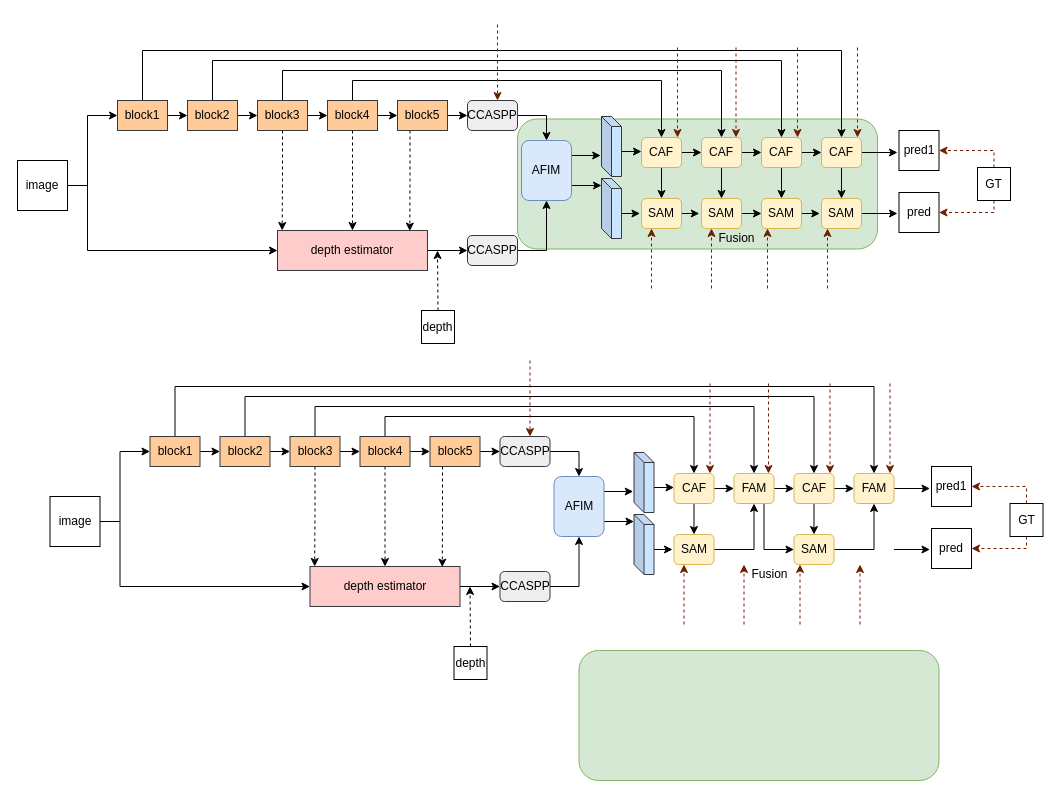
Earlier version of the draw.io diagram uta.drawio (Hymhh/hymhh). Source tidied: cells renumbered, new cells numbered last; positions are measured from the earlier drawing's top-left corner, leaving out a move shared by most shapes. Both pictures are drawn from the tidied source at 100%, with x=0, y=0 at pixel (17, 24).
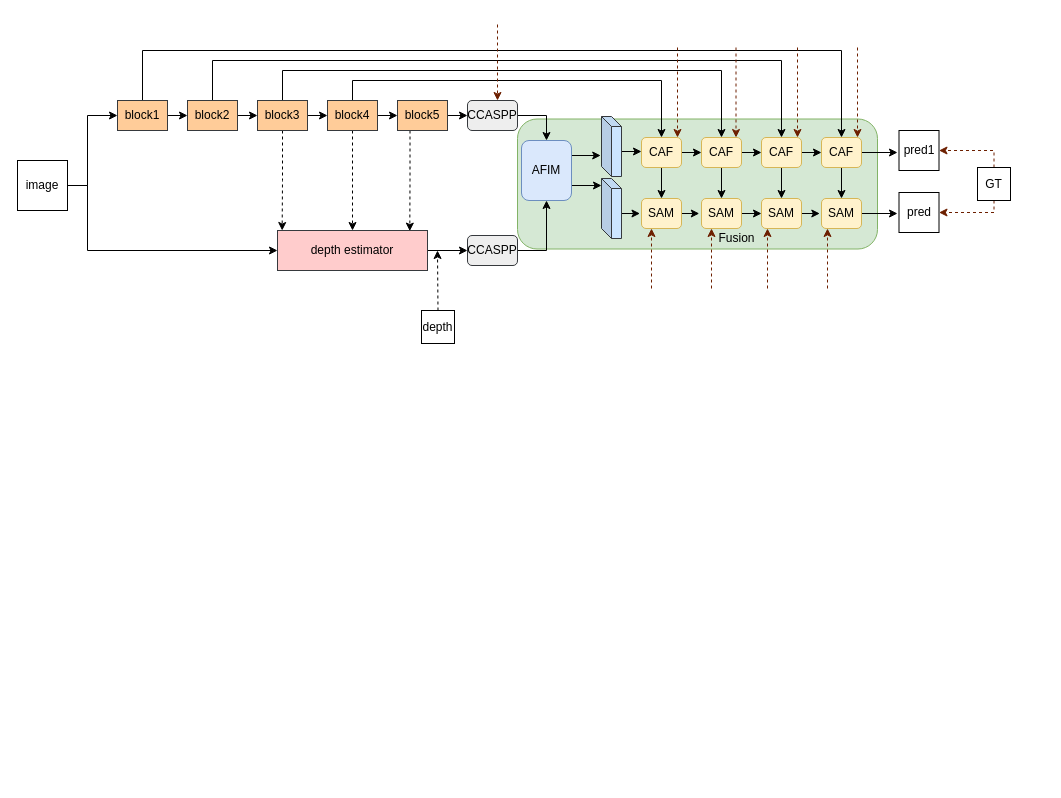
The same diagram, later.

What changed in the source:
```diff
@@
-    <mxCell id="73" style="rounded=1;whiteSpace=wrap;html=1;fillColor=#d5e8d4;strokeColor=#82b366;" parent="1" vertex="1">
-      <mxGeometry x="561.5" y="626" width="360" height="130" as="geometry" />
-    </mxCell>
-    <mxCell id="74" style="edgeStyle=orthogonalEdgeStyle;rounded=0;jettySize=auto;html=1;exitX=1;exitY=0.5;exitDx=0;exitDy=0;entryX=0;entryY=0.5;entryDx=0;entryDy=0;" parent="1" edge="1" source="76" target="96">
-      <mxGeometry relative="1" as="geometry">
-        <Array as="points">
-          <mxPoint x="102.5" y="497" />
-          <mxPoint x="102.5" y="562" />
-        </Array>
-      </mxGeometry>
-    </mxCell>
-    <mxCell id="75" style="edgeStyle=orthogonalEdgeStyle;rounded=0;jettySize=auto;html=1;exitX=1;exitY=0.5;exitDx=0;exitDy=0;entryX=0;entryY=0.5;entryDx=0;entryDy=0;" parent="1" edge="1" source="76" target="79">
-      <mxGeometry relative="1" as="geometry">
-        <Array as="points">
-          <mxPoint x="102.5" y="497" />
-          <mxPoint x="102.5" y="427" />
-        </Array>
-      </mxGeometry>
-    </mxCell>
-    <mxCell id="76" value="image" style="whiteSpace=wrap;html=1;" parent="1" vertex="1">
-      <mxGeometry x="32.5" y="472" width="50" height="50" as="geometry" />
-    </mxCell>
-    <mxCell id="77" style="edgeStyle=orthogonalEdgeStyle;rounded=0;jettySize=auto;html=1;exitX=1;exitY=0.5;exitDx=0;exitDy=0;entryX=0;entryY=0.5;entryDx=0;entryDy=0;" parent="1" edge="1" source="79" target="82">
-      <mxGeometry relative="1" as="geometry" />
-    </mxCell>
-    <mxCell id="78" style="edgeStyle=orthogonalEdgeStyle;rounded=0;jettySize=auto;html=1;exitX=0.5;exitY=0;exitDx=0;exitDy=0;entryX=0.5;entryY=0;entryDx=0;entryDy=0;" parent="1" edge="1" source="79" target="114">
-      <mxGeometry relative="1" as="geometry">
-        <Array as="points">
-          <mxPoint x="157.5" y="362" />
-          <mxPoint x="856.5" y="362" />
-        </Array>
-      </mxGeometry>
-    </mxCell>
-    <mxCell id="79" value="block1" style="rounded=0;whiteSpace=wrap;html=1;fillColor=#ffcc99;strokeColor=#36393d;" parent="1" vertex="1">
-      <mxGeometry x="132.5" y="412" width="50" height="30" as="geometry" />
-    </mxCell>
-    <mxCell id="80" style="edgeStyle=orthogonalEdgeStyle;rounded=0;jettySize=auto;html=1;exitX=1;exitY=0.5;exitDx=0;exitDy=0;entryX=0;entryY=0.5;entryDx=0;entryDy=0;" parent="1" edge="1" source="82" target="90">
-      <mxGeometry relative="1" as="geometry" />
-    </mxCell>
-    <mxCell id="81" style="edgeStyle=orthogonalEdgeStyle;rounded=0;jettySize=auto;html=1;exitX=0.5;exitY=0;exitDx=0;exitDy=0;entryX=0.5;entryY=0;entryDx=0;entryDy=0;" parent="1" edge="1" source="82" target="112">
-      <mxGeometry relative="1" as="geometry">
-        <Array as="points">
-          <mxPoint x="227.5" y="372" />
-          <mxPoint x="796.5" y="372" />
-        </Array>
-      </mxGeometry>
-    </mxCell>
-    <mxCell id="82" value="&lt;font face=&quot;helvetica&quot;&gt;block2&lt;/font&gt;" style="rounded=0;whiteSpace=wrap;html=1;fillColor=#ffcc99;strokeColor=#36393d;" parent="1" vertex="1">
-      <mxGeometry x="202.5" y="412" width="50" height="30" as="geometry" />
-    </mxCell>
-    <mxCell id="83" style="edgeStyle=orthogonalEdgeStyle;rounded=0;jettySize=auto;html=1;exitX=1;exitY=0.5;exitDx=0;exitDy=0;entryX=0;entryY=0.5;entryDx=0;entryDy=0;" parent="1" edge="1" source="86" target="94">
-      <mxGeometry relative="1" as="geometry" />
-    </mxCell>
-    <mxCell id="84" style="edgeStyle=orthogonalEdgeStyle;rounded=0;jettySize=auto;html=1;exitX=0.5;exitY=1;exitDx=0;exitDy=0;entryX=0.5;entryY=0;entryDx=0;entryDy=0;dashed=1;" parent="1" edge="1" source="86" target="96">
-      <mxGeometry relative="1" as="geometry" />
-    </mxCell>
-    <mxCell id="85" style="edgeStyle=orthogonalEdgeStyle;rounded=0;jettySize=auto;html=1;exitX=0.5;exitY=0;exitDx=0;exitDy=0;entryX=0.5;entryY=0;entryDx=0;entryDy=0;" parent="1" edge="1" source="86" target="106">
-      <mxGeometry relative="1" as="geometry" />
-    </mxCell>
-    <mxCell id="86" value="block4" style="rounded=0;whiteSpace=wrap;html=1;fillColor=#ffcc99;strokeColor=#36393d;" parent="1" vertex="1">
-      <mxGeometry x="342.5" y="412" width="50" height="30" as="geometry" />
-    </mxCell>
-    <mxCell id="87" style="edgeStyle=orthogonalEdgeStyle;rounded=0;jettySize=auto;html=1;exitX=1;exitY=0.5;exitDx=0;exitDy=0;entryX=0;entryY=0.5;entryDx=0;entryDy=0;" parent="1" edge="1" source="90" target="86">
-      <mxGeometry relative="1" as="geometry" />
-    </mxCell>
-    <mxCell id="88" style="edgeStyle=orthogonalEdgeStyle;rounded=0;jettySize=auto;html=1;exitX=0.5;exitY=1;exitDx=0;exitDy=0;entryX=0.031;entryY=0;entryDx=0;entryDy=0;entryPerimeter=0;dashed=1;" parent="1" edge="1" source="90" target="96">
-      <mxGeometry relative="1" as="geometry" />
-    </mxCell>
-    <mxCell id="89" style="edgeStyle=orthogonalEdgeStyle;rounded=0;jettySize=auto;html=1;exitX=0.5;exitY=0;exitDx=0;exitDy=0;entryX=0.5;entryY=0;entryDx=0;entryDy=0;" parent="1" edge="1" source="90" target="109">
-      <mxGeometry relative="1" as="geometry">
-        <Array as="points">
-          <mxPoint x="297.5" y="382" />
-          <mxPoint x="736.5" y="382" />
-        </Array>
-      </mxGeometry>
-    </mxCell>
-    <mxCell id="90" value="block3" style="rounded=0;whiteSpace=wrap;html=1;fillColor=#ffcc99;strokeColor=#36393d;" parent="1" vertex="1">
-      <mxGeometry x="272.5" y="412" width="50" height="30" as="geometry" />
-    </mxCell>
-    <mxCell id="91" style="edgeStyle=orthogonalEdgeStyle;rounded=0;jettySize=auto;html=1;exitX=0.25;exitY=1;exitDx=0;exitDy=0;entryX=0.882;entryY=0.015;entryDx=0;entryDy=0;entryPerimeter=0;dashed=1;" parent="1" edge="1" source="94" target="96">
-      <mxGeometry relative="1" as="geometry" />
-    </mxCell>
-    <mxCell id="92" style="edgeStyle=orthogonalEdgeStyle;rounded=0;jettySize=auto;html=1;entryX=0.5;entryY=0;entryDx=0;entryDy=0;exitX=1;exitY=0.5;exitDx=0;exitDy=0;" parent="1" edge="1" source="126" target="99">
-      <mxGeometry relative="1" as="geometry" />
-    </mxCell>
-    <mxCell id="93" style="edgeStyle=orthogonalEdgeStyle;rounded=0;jettySize=auto;html=1;exitX=1;exitY=0.5;exitDx=0;exitDy=0;entryX=0;entryY=0.5;entryDx=0;entryDy=0;" parent="1" edge="1" source="94" target="126">
-      <mxGeometry relative="1" as="geometry" />
-    </mxCell>
-    <mxCell id="94" value="block5" style="rounded=0;whiteSpace=wrap;html=1;fillColor=#ffcc99;strokeColor=#36393d;" parent="1" vertex="1">
-      <mxGeometry x="412.5" y="412" width="50" height="30" as="geometry" />
-    </mxCell>
-    <mxCell id="95" style="edgeStyle=orthogonalEdgeStyle;rounded=0;jettySize=auto;html=1;exitX=1;exitY=0.5;exitDx=0;exitDy=0;entryX=0;entryY=0.5;entryDx=0;entryDy=0;" parent="1" edge="1" source="96" target="129">
-      <mxGeometry relative="1" as="geometry" />
-    </mxCell>
-    <mxCell id="96" value="depth estimator" style="rounded=0;whiteSpace=wrap;html=1;fillColor=#ffcccc;strokeColor=#36393d;" parent="1" vertex="1">
-      <mxGeometry x="292.5" y="542" width="150" height="40" as="geometry" />
-    </mxCell>
-    <mxCell id="97" style="edgeStyle=orthogonalEdgeStyle;rounded=0;jettySize=auto;html=1;exitX=1;exitY=0.25;exitDx=0;exitDy=0;entryX=-0.041;entryY=0.634;entryDx=0;entryDy=0;entryPerimeter=0;" parent="1" edge="1" source="99" target="101">
-      <mxGeometry relative="1" as="geometry" />
-    </mxCell>
-    <mxCell id="98" style="edgeStyle=orthogonalEdgeStyle;rounded=0;jettySize=auto;html=1;exitX=1;exitY=0.75;exitDx=0;exitDy=0;entryX=0;entryY=0.118;entryDx=0;entryDy=0;entryPerimeter=0;" parent="1" edge="1" source="99" target="103">
-      <mxGeometry relative="1" as="geometry" />
-    </mxCell>
-    <mxCell id="99" value="AFIM" style="rounded=1;whiteSpace=wrap;html=1;fillColor=#dae8fc;strokeColor=#6c8ebf;" parent="1" vertex="1">
-      <mxGeometry x="536.5" y="452" width="50" height="60" as="geometry" />
-    </mxCell>
-    <mxCell id="100" style="edgeStyle=orthogonalEdgeStyle;rounded=0;jettySize=auto;html=1;exitX=0;exitY=0;exitDx=20;exitDy=35;exitPerimeter=0;" parent="1" edge="1" source="101">
-      <mxGeometry relative="1" as="geometry">
-        <mxPoint x="656.5" y="463.3" as="targetPoint" />
-      </mxGeometry>
-    </mxCell>
-    <mxCell id="101" style="shape=cube;whiteSpace=wrap;html=1;boundedLbl=1;backgroundOutline=1;darkOpacity=0.05;darkOpacity2=0.1;size=10;fillColor=#cce5ff;strokeColor=#36393d;" parent="1" vertex="1">
-      <mxGeometry x="616.5" y="428" width="20" height="60" as="geometry" />
-    </mxCell>
-    <mxCell id="102" style="edgeStyle=orthogonalEdgeStyle;rounded=0;jettySize=auto;html=1;exitX=0;exitY=0;exitDx=20;exitDy=35;exitPerimeter=0;entryX=-0.037;entryY=0.477;entryDx=0;entryDy=0;entryPerimeter=0;" parent="1" edge="1" source="103" target="116">
-      <mxGeometry relative="1" as="geometry" />
-    </mxCell>
-    <mxCell id="103" style="shape=cube;whiteSpace=wrap;html=1;boundedLbl=1;backgroundOutline=1;darkOpacity=0.05;darkOpacity2=0.1;size=10;fillColor=#cce5ff;strokeColor=#36393d;" parent="1" vertex="1">
-      <mxGeometry x="616.5" y="490" width="20" height="60" as="geometry" />
-    </mxCell>
-    <mxCell id="104" style="edgeStyle=orthogonalEdgeStyle;rounded=0;jettySize=auto;html=1;exitX=1;exitY=0.5;exitDx=0;exitDy=0;" parent="1" edge="1" source="106">
-      <mxGeometry relative="1" as="geometry">
-        <mxPoint x="716.5" y="464" as="targetPoint" />
-      </mxGeometry>
-    </mxCell>
-    <mxCell id="105" style="edgeStyle=orthogonalEdgeStyle;rounded=0;jettySize=auto;html=1;exitX=0.5;exitY=1;exitDx=0;exitDy=0;entryX=0.5;entryY=0;entryDx=0;entryDy=0;" parent="1" edge="1" source="106" target="116">
-      <mxGeometry relative="1" as="geometry" />
-    </mxCell>
-    <mxCell id="106" value="CAF" style="rounded=1;whiteSpace=wrap;html=1;fillColor=#fff2cc;strokeColor=#d6b656;" parent="1" vertex="1">
-      <mxGeometry x="656.5" y="449" width="40" height="30" as="geometry" />
-    </mxCell>
-    <mxCell id="107" style="edgeStyle=orthogonalEdgeStyle;rounded=0;jettySize=auto;html=1;exitX=1;exitY=0.5;exitDx=0;exitDy=0;entryX=0;entryY=0.5;entryDx=0;entryDy=0;" parent="1" edge="1" source="109" target="112">
-      <mxGeometry relative="1" as="geometry" />
-    </mxCell>
-    <mxCell id="108" style="edgeStyle=orthogonalEdgeStyle;rounded=0;jettySize=auto;html=1;exitX=0.75;exitY=1;exitDx=0;exitDy=0;entryX=0;entryY=0.5;entryDx=0;entryDy=0;" parent="1" edge="1" source="109" target="119">
-      <mxGeometry relative="1" as="geometry" />
-    </mxCell>
-    <mxCell id="109" value="&lt;span&gt;FAM&lt;/span&gt;" style="rounded=1;whiteSpace=wrap;html=1;fillColor=#fff2cc;strokeColor=#d6b656;" parent="1" vertex="1">
-      <mxGeometry x="716.5" y="449" width="40" height="30" as="geometry" />
-    </mxCell>
-    <mxCell id="110" style="edgeStyle=orthogonalEdgeStyle;rounded=0;jettySize=auto;html=1;exitX=1;exitY=0.5;exitDx=0;exitDy=0;entryX=0;entryY=0.5;entryDx=0;entryDy=0;" parent="1" edge="1" source="112" target="114">
-      <mxGeometry relative="1" as="geometry" />
-    </mxCell>
-    <mxCell id="111" style="edgeStyle=orthogonalEdgeStyle;rounded=0;jettySize=auto;html=1;exitX=0.5;exitY=1;exitDx=0;exitDy=0;entryX=0.5;entryY=0;entryDx=0;entryDy=0;" parent="1" edge="1" source="112" target="119">
-      <mxGeometry relative="1" as="geometry" />
-    </mxCell>
-    <mxCell id="112" value="CAF" style="rounded=1;whiteSpace=wrap;html=1;fillColor=#fff2cc;strokeColor=#d6b656;" parent="1" vertex="1">
-      <mxGeometry x="776.5" y="449" width="40" height="30" as="geometry" />
-    </mxCell>
-    <mxCell id="113" style="edgeStyle=orthogonalEdgeStyle;rounded=0;jettySize=auto;html=1;exitX=1;exitY=0.5;exitDx=0;exitDy=0;" parent="1" edge="1" source="114">
-      <mxGeometry relative="1" as="geometry">
-        <mxPoint x="912.5" y="463.7" as="targetPoint" />
-      </mxGeometry>
-    </mxCell>
-    <mxCell id="114" value="&lt;span&gt;FAM&lt;/span&gt;" style="rounded=1;whiteSpace=wrap;html=1;fillColor=#fff2cc;strokeColor=#d6b656;" parent="1" vertex="1">
-      <mxGeometry x="836.5" y="449" width="40" height="30" as="geometry" />
-    </mxCell>
-    <mxCell id="115" style="edgeStyle=orthogonalEdgeStyle;rounded=0;jettySize=auto;html=1;exitX=1;exitY=0.5;exitDx=0;exitDy=0;entryX=0.5;entryY=1;entryDx=0;entryDy=0;" parent="1" edge="1" source="116" target="109">
-      <mxGeometry relative="1" as="geometry" />
-    </mxCell>
-    <mxCell id="116" value="SAM" style="rounded=1;whiteSpace=wrap;html=1;fillColor=#fff2cc;strokeColor=#d6b656;" parent="1" vertex="1">
-      <mxGeometry x="656.5" y="510" width="40" height="30" as="geometry" />
-    </mxCell>
-    <mxCell id="117" style="edgeStyle=orthogonalEdgeStyle;rounded=0;orthogonalLoop=1;jettySize=auto;html=1;exitX=1;exitY=0.5;exitDx=0;exitDy=0;" parent="1" edge="1">
-      <mxGeometry relative="1" as="geometry">
-        <mxPoint x="876.5" y="525" as="sourcePoint" />
-        <mxPoint x="912.5" y="525" as="targetPoint" />
-      </mxGeometry>
-    </mxCell>
-    <mxCell id="118" style="edgeStyle=orthogonalEdgeStyle;rounded=0;jettySize=auto;html=1;exitX=1;exitY=0.5;exitDx=0;exitDy=0;entryX=0.5;entryY=1;entryDx=0;entryDy=0;" parent="1" edge="1" source="119" target="114">
-      <mxGeometry relative="1" as="geometry" />
-    </mxCell>
-    <mxCell id="119" value="&lt;span&gt;SAM&lt;/span&gt;" style="rounded=1;whiteSpace=wrap;html=1;fillColor=#fff2cc;strokeColor=#d6b656;" parent="1" vertex="1">
-      <mxGeometry x="776.5" y="510" width="40" height="30" as="geometry" />
-    </mxCell>
-    <mxCell id="120" style="edgeStyle=orthogonalEdgeStyle;rounded=0;jettySize=auto;html=1;exitX=0.5;exitY=1;exitDx=0;exitDy=0;entryX=1;entryY=0.5;entryDx=0;entryDy=0;dashed=1;strokeColor=#6D1F00;" parent="1" edge="1" source="122" target="125">
-      <mxGeometry relative="1" as="geometry">
-        <Array as="points">
-          <mxPoint x="1009.5" y="524" />
-        </Array>
-      </mxGeometry>
-    </mxCell>
-    <mxCell id="121" style="edgeStyle=orthogonalEdgeStyle;rounded=0;jettySize=auto;html=1;exitX=0.5;exitY=0;exitDx=0;exitDy=0;dashed=1;strokeColor=#6D1F00;" parent="1" edge="1" source="122" target="127">
-      <mxGeometry relative="1" as="geometry">
-        <Array as="points">
-          <mxPoint x="1009.5" y="462" />
-        </Array>
-      </mxGeometry>
-    </mxCell>
-    <mxCell id="122" value="GT" style="whiteSpace=wrap;html=1;" parent="1" vertex="1">
-      <mxGeometry x="992.5" y="479" width="33" height="33" as="geometry" />
-    </mxCell>
-    <mxCell id="123" style="edgeStyle=orthogonalEdgeStyle;rounded=0;jettySize=auto;html=1;exitX=0.5;exitY=0;exitDx=0;exitDy=0;dashed=1;" parent="1" edge="1" source="124">
-      <mxGeometry relative="1" as="geometry">
-        <mxPoint x="452.5" y="562" as="targetPoint" />
-      </mxGeometry>
-    </mxCell>
-    <mxCell id="124" value="depth" style="whiteSpace=wrap;html=1;" parent="1" vertex="1">
-      <mxGeometry x="436.5" y="622" width="33" height="33" as="geometry" />
-    </mxCell>
-    <mxCell id="125" value="pred" style="whiteSpace=wrap;html=1;" parent="1" vertex="1">
-      <mxGeometry x="914" y="504" width="40" height="40" as="geometry" />
-    </mxCell>
-    <mxCell id="126" value="CCASPP" style="rounded=1;whiteSpace=wrap;html=1;fillColor=#eeeeee;strokeColor=#36393d;" parent="1" vertex="1">
-      <mxGeometry x="482.5" y="412" width="50" height="30" as="geometry" />
-    </mxCell>
-    <mxCell id="127" value="pred1" style="whiteSpace=wrap;html=1;" parent="1" vertex="1">
-      <mxGeometry x="914" y="442" width="40" height="40" as="geometry" />
-    </mxCell>
-    <mxCell id="128" style="edgeStyle=orthogonalEdgeStyle;rounded=0;jettySize=auto;html=1;exitX=1;exitY=0.5;exitDx=0;exitDy=0;entryX=0.5;entryY=1;entryDx=0;entryDy=0;" parent="1" edge="1" source="129" target="99">
-      <mxGeometry relative="1" as="geometry" />
-    </mxCell>
-    <mxCell id="129" value="CCASPP" style="rounded=1;whiteSpace=wrap;html=1;fillColor=#eeeeee;strokeColor=#36393d;" parent="1" vertex="1">
-      <mxGeometry x="482.5" y="547" width="50" height="30" as="geometry" />
-    </mxCell>
-    <mxCell id="130" value="Fusion" style="text;html=1;align=center;verticalAlign=middle;fillColor=none;strokeColor=none;rounded=0;" parent="1" vertex="1">
-      <mxGeometry x="726.5" y="540" width="50" height="20" as="geometry" />
-    </mxCell>
-    <mxCell id="131" style="endArrow=classic;html=1;rounded=0;dashed=1;strokeColor=#6D1F00;" parent="1" edge="1">
-      <mxGeometry relative="1" as="geometry">
-        <mxPoint x="692.5" y="359" as="sourcePoint" />
-        <mxPoint x="692.5" y="449" as="targetPoint" />
-      </mxGeometry>
-    </mxCell>
-    <mxCell id="132" style="endArrow=classic;html=1;rounded=0;dashed=1;strokeColor=#6D1F00;" parent="1" edge="1">
-      <mxGeometry relative="1" as="geometry">
-        <mxPoint x="751" y="359" as="sourcePoint" />
-        <mxPoint x="751" y="449" as="targetPoint" />
-      </mxGeometry>
-    </mxCell>
-    <mxCell id="133" style="endArrow=classic;html=1;rounded=0;dashed=1;strokeColor=#6D1F00;" parent="1" edge="1">
-      <mxGeometry relative="1" as="geometry">
-        <mxPoint x="812.5" y="359" as="sourcePoint" />
-        <mxPoint x="812.5" y="449" as="targetPoint" />
-      </mxGeometry>
-    </mxCell>
-    <mxCell id="134" style="endArrow=classic;html=1;rounded=0;dashed=1;strokeColor=#6D1F00;" parent="1" edge="1">
-      <mxGeometry relative="1" as="geometry">
-        <mxPoint x="872.5" y="359" as="sourcePoint" />
-        <mxPoint x="872.5" y="449" as="targetPoint" />
-      </mxGeometry>
-    </mxCell>
-    <mxCell id="135" style="endArrow=classic;html=1;rounded=0;dashed=1;strokeColor=#6D1F00;entryX=0.25;entryY=1;entryDx=0;entryDy=0;" parent="1" edge="1" target="116">
-      <mxGeometry relative="1" as="geometry">
-        <mxPoint x="666.5" y="600" as="sourcePoint" />
-      </mxGeometry>
-    </mxCell>
-    <mxCell id="136" style="endArrow=classic;html=1;rounded=0;dashed=1;strokeColor=#6D1F00;entryX=0.75;entryY=1;entryDx=0;entryDy=0;" parent="1" edge="1">
-      <mxGeometry relative="1" as="geometry">
-        <mxPoint x="726.5" y="600" as="sourcePoint" />
-        <mxPoint x="726.5" y="540" as="targetPoint" />
-      </mxGeometry>
-    </mxCell>
-    <mxCell id="137" style="endArrow=classic;html=1;rounded=0;dashed=1;strokeColor=#6D1F00;entryX=0.75;entryY=1;entryDx=0;entryDy=0;" parent="1" edge="1">
-      <mxGeometry relative="1" as="geometry">
-        <mxPoint x="782.5" y="600" as="sourcePoint" />
-        <mxPoint x="782.5" y="540" as="targetPoint" />
-      </mxGeometry>
-    </mxCell>
-    <mxCell id="138" style="endArrow=classic;html=1;rounded=0;dashed=1;strokeColor=#6D1F00;entryX=0.75;entryY=1;entryDx=0;entryDy=0;" parent="1" edge="1">
-      <mxGeometry relative="1" as="geometry">
-        <mxPoint x="842.5" y="600" as="sourcePoint" />
-        <mxPoint x="842.5" y="540" as="targetPoint" />
-      </mxGeometry>
-    </mxCell>
-    <mxCell id="139" style="endArrow=classic;html=1;rounded=0;dashed=1;strokeColor=#6D1F00;" parent="1" edge="1">
-      <mxGeometry relative="1" as="geometry">
-        <mxPoint x="512.5" y="336" as="sourcePoint" />
-        <mxPoint x="512.5" y="412" as="targetPoint" />
-      </mxGeometry>
-    </mxCell>
```
